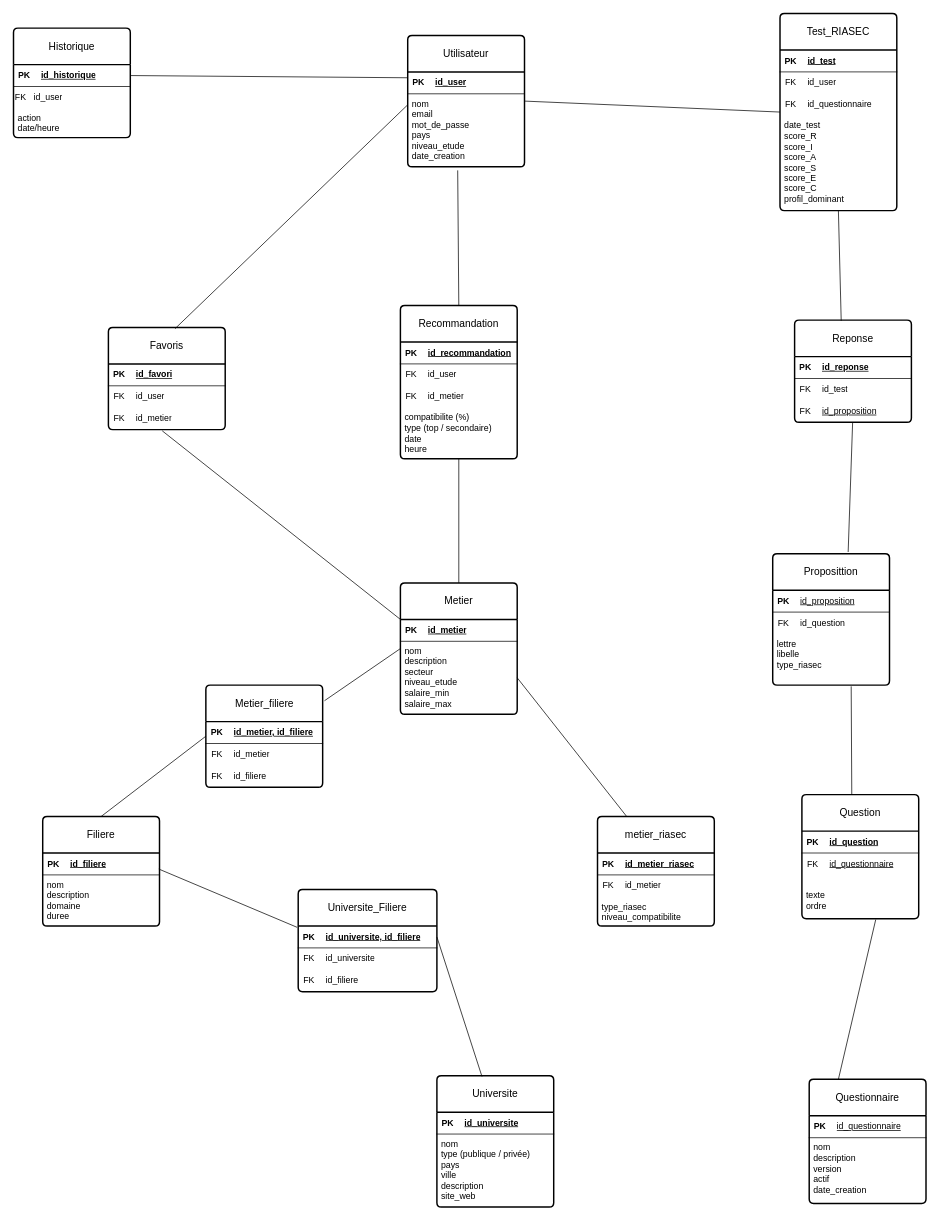
NextOri/NextOri keeps this draw.io diagram as Bases de données/MLD_NextOri.drawio. Above is the earlier version. Source tidied: cells renumbered, new cells numbered last; positions are measured from the earlier drawing's top-left corner, leaving out a move shared by most shapes. Both pictures are drawn from the tidied source at 73%, with x=0, y=0 at pixel (13, 13).
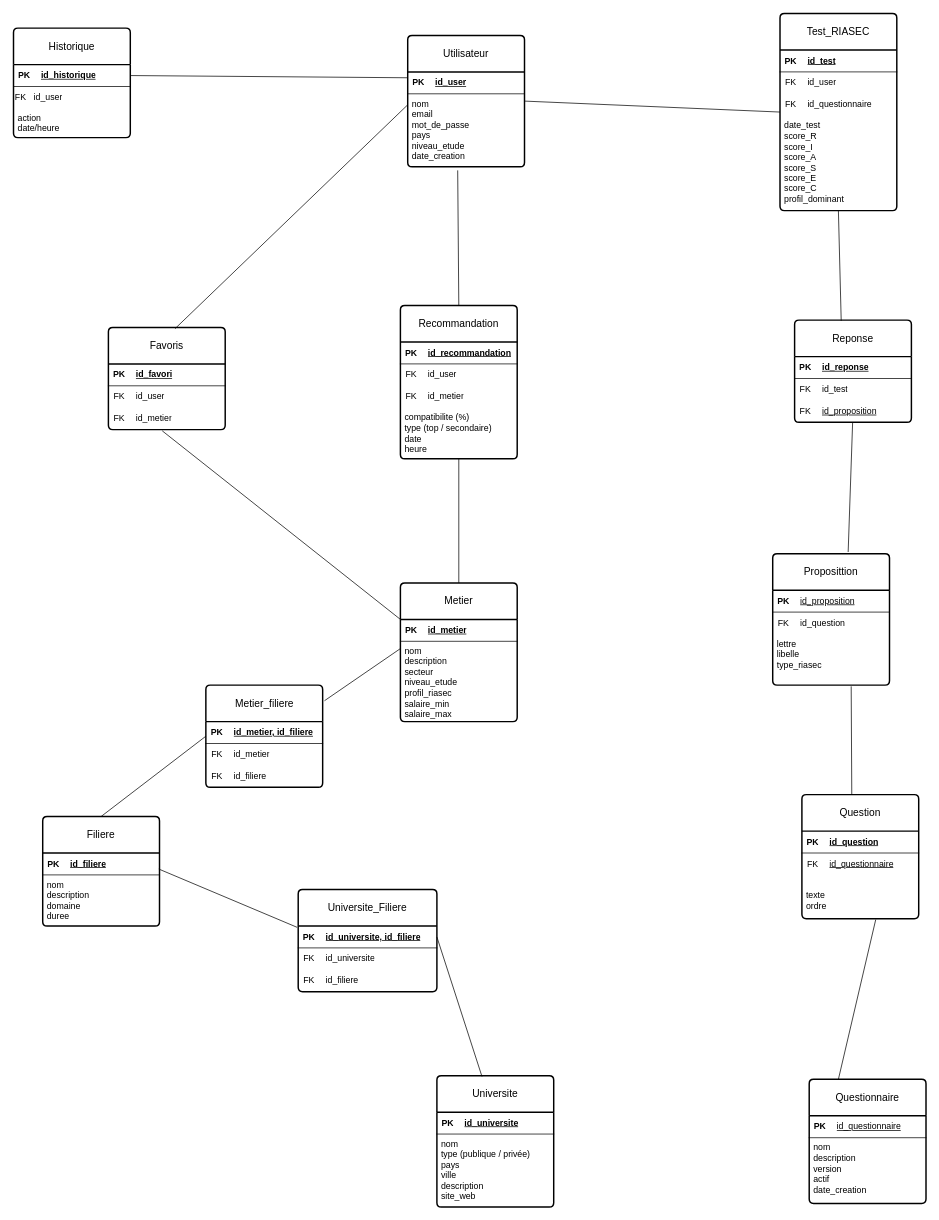
Above is the later version.

Diff of the diagram source:
```diff
@@
     <mxCell id="58" value="Metier" style="swimlane;horizontal=1;startSize=50;rounded=1;fontSize=14;fontStyle=0;strokeWidth=2;shadow=0;dashed=0;align=center;arcSize=4;whiteSpace=wrap;html=1;" parent="1" vertex="1">
-      <mxGeometry x="530" y="780" width="160" height="180" as="geometry" />
+      <mxGeometry x="530" y="780" width="160" height="190" as="geometry" />
     </mxCell>
@@
-    <mxCell id="63" value="&lt;div&gt;&lt;span style=&quot;background-color: transparent; color: light-dark(rgb(0, 0, 0), rgb(255, 255, 255));&quot;&gt;nom&lt;/span&gt;&lt;/div&gt;&lt;div&gt;description&lt;/div&gt;&lt;div&gt;secteur&lt;/div&gt;&lt;div&gt;niveau_etude&lt;/div&gt;&lt;div&gt;salaire_min&lt;/div&gt;&lt;div&gt;salaire_max&lt;/div&gt;" style="align=left;strokeColor=none;fillColor=none;spacingLeft=4;spacingRight=4;fontSize=12;verticalAlign=top;html=1;whiteSpace=wrap;" parent="58" vertex="1">
-      <mxGeometry y="80" width="160" height="100" as="geometry" />
+    <mxCell id="63" value="&lt;div&gt;&lt;span style=&quot;background-color: transparent; color: light-dark(rgb(0, 0, 0), rgb(255, 255, 255));&quot;&gt;nom&lt;/span&gt;&lt;/div&gt;&lt;div&gt;description&lt;/div&gt;&lt;div&gt;secteur&lt;/div&gt;&lt;div&gt;niveau_etude&lt;/div&gt;&lt;div&gt;profil_riasec&lt;/div&gt;&lt;div&gt;salaire_min&lt;/div&gt;&lt;div&gt;salaire_max&lt;/div&gt;" style="align=left;strokeColor=none;fillColor=none;spacingLeft=4;spacingRight=4;fontSize=12;verticalAlign=top;html=1;whiteSpace=wrap;" parent="58" vertex="1">
+      <mxGeometry y="80" width="160" height="110" as="geometry" />
     </mxCell>
@@
-    <mxCell id="151" value="metier_riasec" style="swimlane;horizontal=1;startSize=50;rounded=1;fontSize=14;fontStyle=0;strokeWidth=2;shadow=0;dashed=0;align=center;arcSize=4;whiteSpace=wrap;html=1;" parent="1" vertex="1">
-      <mxGeometry x="800" y="1100" width="160" height="150" as="geometry" />
-    </mxCell>
-    <mxCell id="152" style="shape=table;startSize=0;childLayout=tableLayout;rowLines=0;fontStyle=0;align=center;strokeColor=none;fillColor=none;" parent="151" vertex="1">
-      <mxGeometry y="50" width="160" height="30" as="geometry" />
-    </mxCell>
-    <mxCell id="153" style="shape=tableRow;horizontal=0;startSize=0;swimlaneHead=0;swimlaneBody=0;fillColor=none;top=0;left=0;right=0;bottom=1;" parent="152" vertex="1">
-      <mxGeometry width="160" height="30" as="geometry" />
-    </mxCell>
-    <mxCell id="154" value="PK" style="shape=partialRectangle;fillColor=none;top=0;left=0;bottom=0;right=0;fontStyle=1;overflow=hidden;whiteSpace=wrap;html=1;" parent="153" vertex="1">
-      <mxGeometry width="30" height="30" as="geometry" />
-    </mxCell>
-    <mxCell id="155" value="id_metier_riasec" style="shape=partialRectangle;fillColor=none;top=0;left=0;bottom=0;right=0;align=left;spacingLeft=6;fontStyle=5;overflow=hidden;whiteSpace=wrap;html=1;" parent="153" vertex="1">
-      <mxGeometry x="30" width="130" height="30" as="geometry" />
-    </mxCell>
-    <mxCell id="156" style="shape=table;startSize=0;childLayout=tableLayout;rowLines=0;fontStyle=0;align=center;strokeColor=none;fillColor=none;" parent="151" vertex="1">
-      <mxGeometry y="80" width="160" height="30" as="geometry" />
-    </mxCell>
-    <mxCell id="157" style="shape=tableRow;horizontal=0;startSize=0;swimlaneHead=0;swimlaneBody=0;fillColor=none;top=0;left=0;right=0;bottom=0;" parent="156" vertex="1">
-      <mxGeometry width="160" height="30" as="geometry" />
-    </mxCell>
-    <mxCell id="158" value="FK" style="shape=partialRectangle;fillColor=none;top=0;left=0;bottom=0;right=0;fontStyle=0;overflow=hidden;whiteSpace=wrap;html=1;" parent="157" vertex="1">
-      <mxGeometry width="30" height="30" as="geometry" />
-    </mxCell>
-    <mxCell id="159" value="id_metier" style="shape=partialRectangle;fillColor=none;top=0;left=0;bottom=0;right=0;align=left;spacingLeft=6;fontStyle=0;overflow=hidden;whiteSpace=wrap;html=1;" parent="157" vertex="1">
-      <mxGeometry x="30" width="130" height="30" as="geometry" />
-    </mxCell>
-    <mxCell id="160" value="type_riasec&lt;div&gt;niveau_compatibilite&lt;/div&gt;" style="align=left;strokeColor=none;fillColor=none;spacingLeft=4;spacingRight=4;fontSize=12;verticalAlign=top;html=1;whiteSpace=wrap;" parent="151" vertex="1">
-      <mxGeometry y="110" width="160" height="40" as="geometry" />
-    </mxCell>
-    <mxCell id="161" style="endArrow=none;html=1;rounded=0;exitX=0.25;exitY=0;exitDx=0;exitDy=0;entryX=1;entryY=0.5;entryDx=0;entryDy=0;" parent="1" edge="1" source="151" target="63">
-      <mxGeometry relative="1" as="geometry" />
-    </mxCell>
-    <mxCell id="162" style="html=1;whiteSpace=wrap;align=right;verticalAlign=bottom;" parent="161" vertex="1">
-      <mxGeometry x="1" relative="1" as="geometry">
-        <mxPoint x="-30" y="40" as="offset" />
-      </mxGeometry>
-    </mxCell>
```
